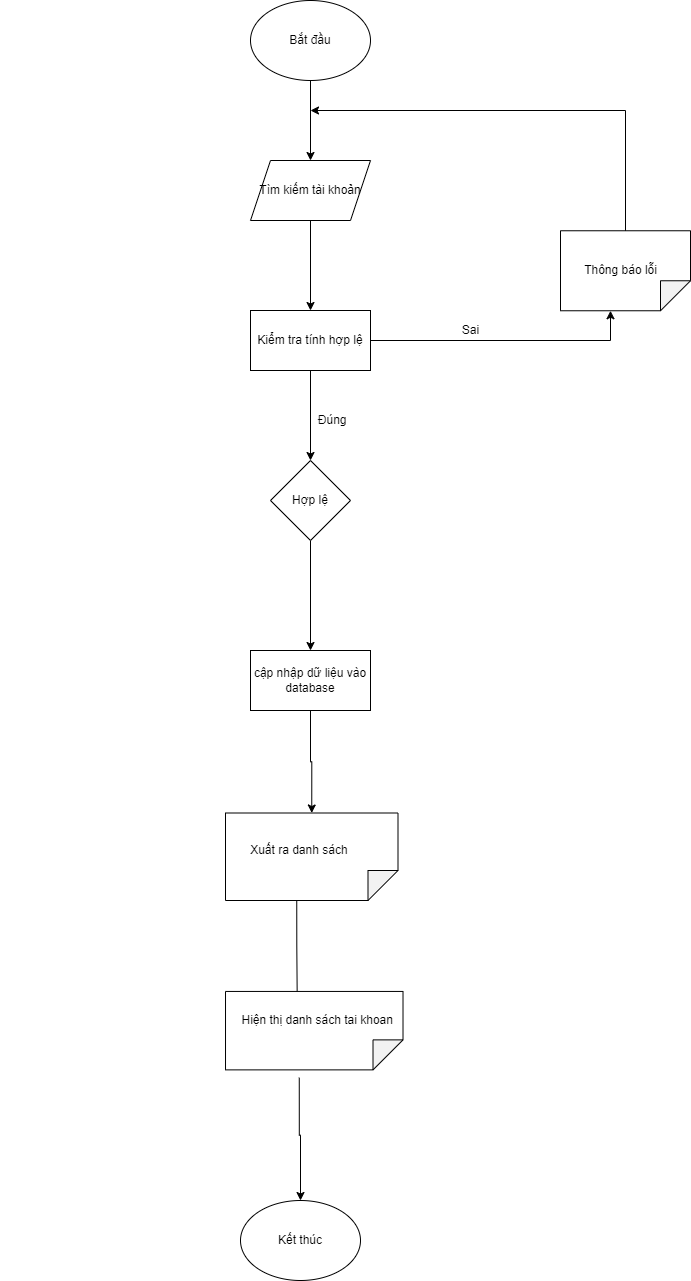
This is Word/PRD/PNG/timkiemtaikhoan.drawio.png from hungtadasuke/CoffeShop_SoftwareTechnology, a draw.io export, as it was before one commit. Source tidied: cells renumbered, new cells last; positions are measured from the earlier drawing's top-left corner, leaving out a move shared by most shapes. Its diagram source:
```xml
<mxGraphModel>
  <root>
    <mxCell id="0" />
    <mxCell id="1" parent="0" />
    <mxCell id="2" style="edgeStyle=orthogonalEdgeStyle;rounded=0;jettySize=auto;html=1;entryX=0.5;entryY=0;entryDx=0;entryDy=0;" parent="1" edge="1" source="3" target="5">
      <mxGeometry relative="1" as="geometry" />
    </mxCell>
    <mxCell id="3" value="Bắt đầu" style="ellipse;whiteSpace=wrap;html=1;" parent="1" vertex="1">
      <mxGeometry x="250" width="120" height="80" as="geometry" />
    </mxCell>
    <mxCell id="4" style="edgeStyle=orthogonalEdgeStyle;rounded=0;jettySize=auto;html=1;" parent="1" edge="1" source="5" target="8">
      <mxGeometry relative="1" as="geometry" />
    </mxCell>
    <mxCell id="5" value="Tìm kiếm tài khoản" style="shape=parallelogram;perimeter=parallelogramPerimeter;whiteSpace=wrap;html=1;fixedSize=1;" parent="1" vertex="1">
      <mxGeometry x="250" y="160" width="120" height="60" as="geometry" />
    </mxCell>
    <mxCell id="6" style="edgeStyle=orthogonalEdgeStyle;rounded=0;jettySize=auto;html=1;entryX=0.5;entryY=0;entryDx=0;entryDy=0;" parent="1" edge="1" source="8" target="10">
      <mxGeometry relative="1" as="geometry" />
    </mxCell>
    <mxCell id="7" style="edgeStyle=orthogonalEdgeStyle;rounded=0;jettySize=auto;html=1;exitX=1;exitY=0.5;exitDx=0;exitDy=0;entryX=0;entryY=0;entryDx=80;entryDy=80;entryPerimeter=0;" parent="1" edge="1" source="8" target="11">
      <mxGeometry relative="1" as="geometry" />
    </mxCell>
    <mxCell id="8" value="Kiểm tra tính hợp lệ" style="rounded=0;whiteSpace=wrap;html=1;" parent="1" vertex="1">
      <mxGeometry x="250" y="310" width="120" height="60" as="geometry" />
    </mxCell>
    <mxCell id="9" style="edgeStyle=orthogonalEdgeStyle;rounded=0;jettySize=auto;html=1;entryX=0.5;entryY=0;entryDx=0;entryDy=0;" parent="1" edge="1" source="10" target="13">
      <mxGeometry relative="1" as="geometry" />
    </mxCell>
    <mxCell id="10" value="Hợp lệ" style="rhombus;whiteSpace=wrap;html=1;" parent="1" vertex="1">
      <mxGeometry x="270" y="460" width="80" height="80" as="geometry" />
    </mxCell>
    <mxCell id="11" style="shape=note;whiteSpace=wrap;html=1;backgroundOutline=1;darkOpacity=0.05;rotation=90;" parent="1" vertex="1">
      <mxGeometry x="585" y="205.3" width="80" height="130" as="geometry" />
    </mxCell>
    <mxCell id="12" style="edgeStyle=orthogonalEdgeStyle;rounded=0;jettySize=auto;html=1;entryX=0;entryY=0.5;entryDx=0;entryDy=0;entryPerimeter=0;" parent="1" edge="1" source="13" target="15">
      <mxGeometry relative="1" as="geometry" />
    </mxCell>
    <mxCell id="13" value="cập nhập dữ liệu vào database" style="rounded=0;whiteSpace=wrap;html=1;" parent="1" vertex="1">
      <mxGeometry x="250" y="650" width="120" height="60" as="geometry" />
    </mxCell>
    <mxCell id="14" style="edgeStyle=orthogonalEdgeStyle;rounded=0;jettySize=auto;html=1;exitX=0;exitY=0;exitDx=87.5;exitDy=101.25;exitPerimeter=0;entryX=0.116;entryY=0.596;entryDx=0;entryDy=0;entryPerimeter=0;" parent="1" edge="1" source="15" target="22">
      <mxGeometry relative="1" as="geometry" />
    </mxCell>
    <mxCell id="15" style="shape=note;whiteSpace=wrap;html=1;backgroundOutline=1;darkOpacity=0.05;rotation=90;" parent="1" vertex="1">
      <mxGeometry x="267.5" y="770" width="87.5" height="172.5" as="geometry" />
    </mxCell>
    <mxCell id="16" value="Kết thúc" style="ellipse;whiteSpace=wrap;html=1;" parent="1" vertex="1">
      <mxGeometry x="240" y="1200" width="120" height="80" as="geometry" />
    </mxCell>
    <mxCell id="17" style="endArrow=classic;html=1;rounded=0;exitX=0;exitY=0.5;exitDx=0;exitDy=0;exitPerimeter=0;" parent="1" edge="1" source="11">
      <mxGeometry relative="1" as="geometry">
        <mxPoint x="310" y="110" as="targetPoint" />
        <Array as="points">
          <mxPoint x="625" y="110" />
        </Array>
      </mxGeometry>
    </mxCell>
    <mxCell id="18" value="Sai" style="text;html=1;align=center;verticalAlign=middle;strokeColor=none;fillColor=none;" parent="1" vertex="1">
      <mxGeometry x="455" y="320" width="30" height="20" as="geometry" />
    </mxCell>
    <mxCell id="19" value="&amp;nbsp; &amp;nbsp; &amp;nbsp; &amp;nbsp; &amp;nbsp; &amp;nbsp; &amp;nbsp; &amp;nbsp; &amp;nbsp; &amp;nbsp;Đúng" style="text;html=1;align=center;verticalAlign=middle;strokeColor=none;fillColor=none;" parent="1" vertex="1">
      <mxGeometry x="245" y="410" width="110" height="20" as="geometry" />
    </mxCell>
    <mxCell id="20" value="&amp;nbsp; &amp;nbsp; &amp;nbsp; &amp;nbsp; &amp;nbsp; &amp;nbsp; &amp;nbsp; &amp;nbsp; &amp;nbsp; &amp;nbsp; &amp;nbsp; &amp;nbsp; &amp;nbsp; &amp;nbsp; &amp;nbsp; &amp;nbsp; &amp;nbsp; &amp;nbsp; &amp;nbsp; &amp;nbsp; &amp;nbsp; &amp;nbsp; &amp;nbsp; &amp;nbsp; &amp;nbsp; &amp;nbsp; &amp;nbsp; &amp;nbsp; &amp;nbsp; &amp;nbsp; &amp;nbsp; &amp;nbsp; &amp;nbsp; &amp;nbsp; &amp;nbsp; &amp;nbsp; &amp;nbsp; &amp;nbsp; &amp;nbsp; &amp;nbsp; &amp;nbsp; &amp;nbsp; &amp;nbsp; &amp;nbsp; &amp;nbsp; &amp;nbsp; &amp;nbsp; &amp;nbsp; Thông báo lỗi" style="text;html=1;align=center;verticalAlign=middle;strokeColor=none;fillColor=none;" parent="1" vertex="1">
      <mxGeometry x="255" y="260" width="410" height="20" as="geometry" />
    </mxCell>
    <mxCell id="21" style="edgeStyle=orthogonalEdgeStyle;rounded=0;jettySize=auto;html=1;exitX=0;exitY=0;exitDx=86.25;exitDy=103.75;exitPerimeter=0;entryX=0.5;entryY=0;entryDx=0;entryDy=0;" parent="1" edge="1" source="22" target="16">
      <mxGeometry relative="1" as="geometry" />
    </mxCell>
    <mxCell id="22" style="shape=note;whiteSpace=wrap;html=1;backgroundOutline=1;darkOpacity=0.05;rotation=90;" parent="1" vertex="1">
      <mxGeometry x="274.5" y="941.4" width="78.4" height="177.5" as="geometry" />
    </mxCell>
    <mxCell id="23" value="&amp;nbsp; &amp;nbsp; &amp;nbsp; &amp;nbsp; &amp;nbsp; &amp;nbsp; &amp;nbsp; &amp;nbsp; &amp;nbsp; &amp;nbsp; &amp;nbsp; &amp;nbsp; &amp;nbsp; &amp;nbsp; &amp;nbsp; &amp;nbsp; &amp;nbsp; &amp;nbsp; &amp;nbsp; &amp;nbsp; &amp;nbsp; &amp;nbsp; &amp;nbsp; &amp;nbsp; &amp;nbsp; &amp;nbsp; &amp;nbsp;Xuất ra danh sách" style="text;html=1;align=center;verticalAlign=middle;strokeColor=none;fillColor=none;" parent="1" vertex="1">
      <mxGeometry x="65" y="840" width="290" height="20" as="geometry" />
    </mxCell>
    <mxCell id="24" value="&amp;nbsp; &amp;nbsp; &amp;nbsp; &amp;nbsp; &amp;nbsp; &amp;nbsp; &amp;nbsp; &amp;nbsp; &amp;nbsp; &amp;nbsp; &amp;nbsp; &amp;nbsp; &amp;nbsp; &amp;nbsp; &amp;nbsp; &amp;nbsp; &amp;nbsp; &amp;nbsp; &amp;nbsp; &amp;nbsp; &amp;nbsp; &amp;nbsp; &amp;nbsp; &amp;nbsp; &amp;nbsp; &amp;nbsp; &amp;nbsp; &amp;nbsp; &amp;nbsp; &amp;nbsp; &amp;nbsp; &amp;nbsp; &amp;nbsp; &amp;nbsp; &amp;nbsp; Hiện thị danh sách tai khoan" style="text;html=1;align=center;verticalAlign=middle;strokeColor=none;fillColor=none;" parent="1" vertex="1">
      <mxGeometry y="1010" width="400" height="20" as="geometry" />
    </mxCell>
  </root>
</mxGraphModel>
```
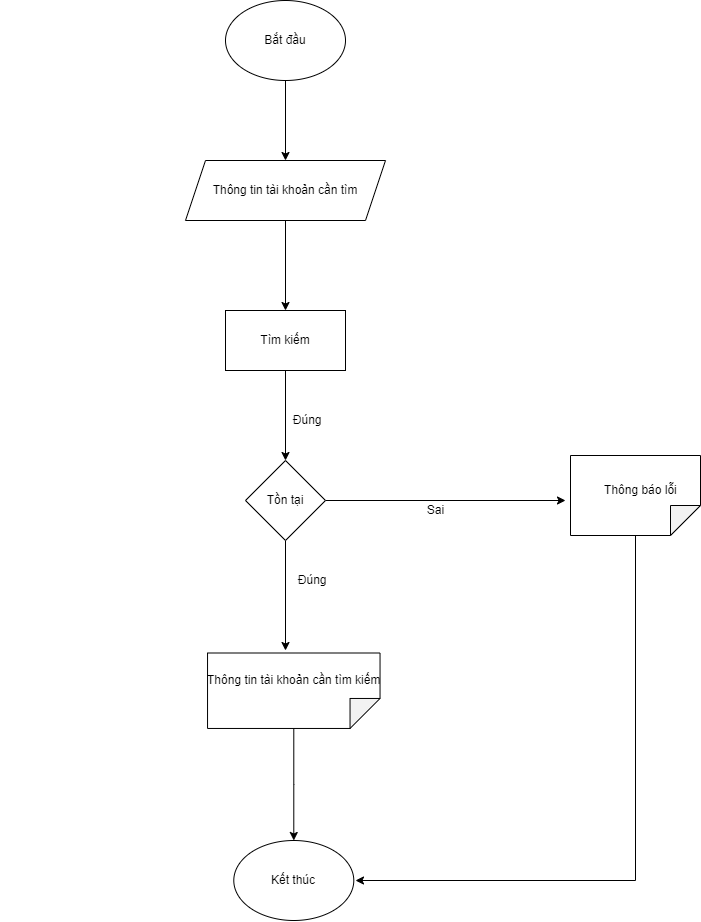
The same file after the commit.

The edit, as a diff of the source:
```diff
@@ -2,79 +2,71 @@
   <root>
     <mxCell id="0" />
     <mxCell id="1" parent="0" />
-    <mxCell id="2" style="edgeStyle=orthogonalEdgeStyle;rounded=0;jettySize=auto;html=1;entryX=0.5;entryY=0;entryDx=0;entryDy=0;" parent="1" edge="1" source="3" target="5">
-      <mxGeometry relative="1" as="geometry" />
-    </mxCell>
+    <mxCell id="25" style="edgeStyle=orthogonalEdgeStyle;rounded=0;jettySize=auto;html=1;entryX=0.5;entryY=0;entryDx=0;entryDy=0;" parent="1" edge="1" source="3" target="27">
+      <mxGeometry relative="1" as="geometry" />
+    </mxCell>
     <mxCell id="3" value="Bắt đầu" style="ellipse;whiteSpace=wrap;html=1;" parent="1" vertex="1">
       <mxGeometry x="250" width="120" height="80" as="geometry" />
     </mxCell>
-    <mxCell id="4" style="edgeStyle=orthogonalEdgeStyle;rounded=0;jettySize=auto;html=1;" parent="1" edge="1" source="5" target="8">
-      <mxGeometry relative="1" as="geometry" />
-    </mxCell>
-    <mxCell id="5" value="Tìm kiếm tài khoản" style="shape=parallelogram;perimeter=parallelogramPerimeter;whiteSpace=wrap;html=1;fixedSize=1;" parent="1" vertex="1">
-      <mxGeometry x="250" y="160" width="120" height="60" as="geometry" />
-    </mxCell>
-    <mxCell id="6" style="edgeStyle=orthogonalEdgeStyle;rounded=0;jettySize=auto;html=1;entryX=0.5;entryY=0;entryDx=0;entryDy=0;" parent="1" edge="1" source="8" target="10">
-      <mxGeometry relative="1" as="geometry" />
-    </mxCell>
-    <mxCell id="7" style="edgeStyle=orthogonalEdgeStyle;rounded=0;jettySize=auto;html=1;exitX=1;exitY=0.5;exitDx=0;exitDy=0;entryX=0;entryY=0;entryDx=80;entryDy=80;entryPerimeter=0;" parent="1" edge="1" source="8" target="11">
-      <mxGeometry relative="1" as="geometry" />
-    </mxCell>
-    <mxCell id="8" value="Kiểm tra tính hợp lệ" style="rounded=0;whiteSpace=wrap;html=1;" parent="1" vertex="1">
-      <mxGeometry x="250" y="310" width="120" height="60" as="geometry" />
-    </mxCell>
-    <mxCell id="9" style="edgeStyle=orthogonalEdgeStyle;rounded=0;jettySize=auto;html=1;entryX=0.5;entryY=0;entryDx=0;entryDy=0;" parent="1" edge="1" source="10" target="13">
-      <mxGeometry relative="1" as="geometry" />
-    </mxCell>
-    <mxCell id="10" value="Hợp lệ" style="rhombus;whiteSpace=wrap;html=1;" parent="1" vertex="1">
-      <mxGeometry x="270" y="460" width="80" height="80" as="geometry" />
-    </mxCell>
-    <mxCell id="11" style="shape=note;whiteSpace=wrap;html=1;backgroundOutline=1;darkOpacity=0.05;rotation=90;" parent="1" vertex="1">
-      <mxGeometry x="585" y="205.3" width="80" height="130" as="geometry" />
-    </mxCell>
-    <mxCell id="12" style="edgeStyle=orthogonalEdgeStyle;rounded=0;jettySize=auto;html=1;entryX=0;entryY=0.5;entryDx=0;entryDy=0;entryPerimeter=0;" parent="1" edge="1" source="13" target="15">
-      <mxGeometry relative="1" as="geometry" />
-    </mxCell>
-    <mxCell id="13" value="cập nhập dữ liệu vào database" style="rounded=0;whiteSpace=wrap;html=1;" parent="1" vertex="1">
-      <mxGeometry x="250" y="650" width="120" height="60" as="geometry" />
-    </mxCell>
-    <mxCell id="14" style="edgeStyle=orthogonalEdgeStyle;rounded=0;jettySize=auto;html=1;exitX=0;exitY=0;exitDx=87.5;exitDy=101.25;exitPerimeter=0;entryX=0.116;entryY=0.596;entryDx=0;entryDy=0;entryPerimeter=0;" parent="1" edge="1" source="15" target="22">
-      <mxGeometry relative="1" as="geometry" />
-    </mxCell>
-    <mxCell id="15" style="shape=note;whiteSpace=wrap;html=1;backgroundOutline=1;darkOpacity=0.05;rotation=90;" parent="1" vertex="1">
-      <mxGeometry x="267.5" y="770" width="87.5" height="172.5" as="geometry" />
-    </mxCell>
+    <mxCell id="26" style="edgeStyle=orthogonalEdgeStyle;rounded=0;jettySize=auto;html=1;" parent="1" edge="1" source="27" target="29">
+      <mxGeometry relative="1" as="geometry" />
+    </mxCell>
+    <mxCell id="27" value="Thông tin tài khoản cần tìm" style="shape=parallelogram;perimeter=parallelogramPerimeter;whiteSpace=wrap;html=1;fixedSize=1;" parent="1" vertex="1">
+      <mxGeometry x="210" y="160" width="200" height="60" as="geometry" />
+    </mxCell>
+    <mxCell id="28" style="edgeStyle=orthogonalEdgeStyle;rounded=0;jettySize=auto;html=1;entryX=0.5;entryY=0;entryDx=0;entryDy=0;" parent="1" edge="1" source="29" target="32">
+      <mxGeometry relative="1" as="geometry" />
+    </mxCell>
+    <mxCell id="29" value="Tìm kiếm" style="rounded=0;whiteSpace=wrap;html=1;" parent="1" vertex="1">
+      <mxGeometry x="250" y="310" width="120" height="60" as="geometry" />
+    </mxCell>
+    <mxCell id="30" style="edgeStyle=orthogonalEdgeStyle;rounded=0;jettySize=auto;html=1;entryX=0.5;entryY=0;entryDx=0;entryDy=0;" parent="1" edge="1" source="32">
+      <mxGeometry relative="1" as="geometry">
+        <mxPoint x="310" y="650" as="targetPoint" />
+      </mxGeometry>
+    </mxCell>
+    <mxCell id="31" style="edgeStyle=orthogonalEdgeStyle;rounded=0;jettySize=auto;html=1;" parent="1" edge="1" source="32">
+      <mxGeometry relative="1" as="geometry">
+        <mxPoint x="590" y="500" as="targetPoint" />
+      </mxGeometry>
+    </mxCell>
+    <mxCell id="32" value="Tồn tại" style="rhombus;whiteSpace=wrap;html=1;" parent="1" vertex="1">
+      <mxGeometry x="270" y="460" width="80" height="80" as="geometry" />
+    </mxCell>
+    <mxCell id="33" style="edgeStyle=orthogonalEdgeStyle;rounded=0;jettySize=auto;html=1;" parent="1" edge="1" source="34">
+      <mxGeometry relative="1" as="geometry">
+        <mxPoint x="380" y="880" as="targetPoint" />
+        <Array as="points">
+          <mxPoint x="660" y="880" />
+        </Array>
+      </mxGeometry>
+    </mxCell>
+    <mxCell id="34" style="shape=note;whiteSpace=wrap;html=1;backgroundOutline=1;darkOpacity=0.05;rotation=90;" parent="1" vertex="1">
+      <mxGeometry x="620" y="430" width="80" height="130" as="geometry" />
+    </mxCell>
+    <mxCell id="35" style="edgeStyle=orthogonalEdgeStyle;rounded=0;jettySize=auto;html=1;entryX=0.5;entryY=0;entryDx=0;entryDy=0;" parent="1" edge="1" source="36" target="16">
+      <mxGeometry relative="1" as="geometry" />
+    </mxCell>
+    <mxCell id="36" style="shape=note;whiteSpace=wrap;html=1;backgroundOutline=1;darkOpacity=0.05;rotation=90;" parent="1" vertex="1">
+      <mxGeometry x="280.6" y="604" width="75.5" height="172.5" as="geometry" />
+    </mxCell>
     <mxCell id="16" value="Kết thúc" style="ellipse;whiteSpace=wrap;html=1;" parent="1" vertex="1">
-      <mxGeometry x="240" y="1200" width="120" height="80" as="geometry" />
+      <mxGeometry x="258.3" y="840" width="120" height="80" as="geometry" />
     </mxCell>
-    <mxCell id="17" style="endArrow=classic;html=1;rounded=0;exitX=0;exitY=0.5;exitDx=0;exitDy=0;exitPerimeter=0;" parent="1" edge="1" source="11">
-      <mxGeometry relative="1" as="geometry">
-        <mxPoint x="310" y="110" as="targetPoint" />
-        <Array as="points">
-          <mxPoint x="625" y="110" />
-        </Array>
-      </mxGeometry>
-    </mxCell>
-    <mxCell id="18" value="Sai" style="text;html=1;align=center;verticalAlign=middle;strokeColor=none;fillColor=none;" parent="1" vertex="1">
-      <mxGeometry x="455" y="320" width="30" height="20" as="geometry" />
-    </mxCell>
     <mxCell id="19" value="&amp;nbsp; &amp;nbsp; &amp;nbsp; &amp;nbsp; &amp;nbsp; &amp;nbsp; &amp;nbsp; &amp;nbsp; &amp;nbsp; &amp;nbsp;Đúng" style="text;html=1;align=center;verticalAlign=middle;strokeColor=none;fillColor=none;" parent="1" vertex="1">
       <mxGeometry x="245" y="410" width="110" height="20" as="geometry" />
     </mxCell>
-    <mxCell id="20" value="&amp;nbsp; &amp;nbsp; &amp;nbsp; &amp;nbsp; &amp;nbsp; &amp;nbsp; &amp;nbsp; &amp;nbsp; &amp;nbsp; &amp;nbsp; &amp;nbsp; &amp;nbsp; &amp;nbsp; &amp;nbsp; &amp;nbsp; &amp;nbsp; &amp;nbsp; &amp;nbsp; &amp;nbsp; &amp;nbsp; &amp;nbsp; &amp;nbsp; &amp;nbsp; &amp;nbsp; &amp;nbsp; &amp;nbsp; &amp;nbsp; &amp;nbsp; &amp;nbsp; &amp;nbsp; &amp;nbsp; &amp;nbsp; &amp;nbsp; &amp;nbsp; &amp;nbsp; &amp;nbsp; &amp;nbsp; &amp;nbsp; &amp;nbsp; &amp;nbsp; &amp;nbsp; &amp;nbsp; &amp;nbsp; &amp;nbsp; &amp;nbsp; &amp;nbsp; &amp;nbsp; &amp;nbsp; Thông báo lỗi" style="text;html=1;align=center;verticalAlign=middle;strokeColor=none;fillColor=none;" parent="1" vertex="1">
-      <mxGeometry x="255" y="260" width="410" height="20" as="geometry" />
+    <mxCell id="20" value="&amp;nbsp; &amp;nbsp; &amp;nbsp; &amp;nbsp; &amp;nbsp; &amp;nbsp; &amp;nbsp; &amp;nbsp; &amp;nbsp; &amp;nbsp; &amp;nbsp; &amp;nbsp; &amp;nbsp; &amp;nbsp; &amp;nbsp; &amp;nbsp; &amp;nbsp; &amp;nbsp; &amp;nbsp; &amp;nbsp; &amp;nbsp; &amp;nbsp; &amp;nbsp; &amp;nbsp; &amp;nbsp; &amp;nbsp; &amp;nbsp; &amp;nbsp; &amp;nbsp; &amp;nbsp; &amp;nbsp; &amp;nbsp;Thông báo lỗi" style="text;html=1;align=center;verticalAlign=middle;strokeColor=none;fillColor=none;" parent="1" vertex="1">
+      <mxGeometry x="410" y="480" width="300" height="20" as="geometry" />
     </mxCell>
-    <mxCell id="21" style="edgeStyle=orthogonalEdgeStyle;rounded=0;jettySize=auto;html=1;exitX=0;exitY=0;exitDx=86.25;exitDy=103.75;exitPerimeter=0;entryX=0.5;entryY=0;entryDx=0;entryDy=0;" parent="1" edge="1" source="22" target="16">
-      <mxGeometry relative="1" as="geometry" />
-    </mxCell>
-    <mxCell id="22" style="shape=note;whiteSpace=wrap;html=1;backgroundOutline=1;darkOpacity=0.05;rotation=90;" parent="1" vertex="1">
-      <mxGeometry x="274.5" y="941.4" width="78.4" height="177.5" as="geometry" />
-    </mxCell>
-    <mxCell id="23" value="&amp;nbsp; &amp;nbsp; &amp;nbsp; &amp;nbsp; &amp;nbsp; &amp;nbsp; &amp;nbsp; &amp;nbsp; &amp;nbsp; &amp;nbsp; &amp;nbsp; &amp;nbsp; &amp;nbsp; &amp;nbsp; &amp;nbsp; &amp;nbsp; &amp;nbsp; &amp;nbsp; &amp;nbsp; &amp;nbsp; &amp;nbsp; &amp;nbsp; &amp;nbsp; &amp;nbsp; &amp;nbsp; &amp;nbsp; &amp;nbsp;Xuất ra danh sách" style="text;html=1;align=center;verticalAlign=middle;strokeColor=none;fillColor=none;" parent="1" vertex="1">
-      <mxGeometry x="65" y="840" width="290" height="20" as="geometry" />
-    </mxCell>
-    <mxCell id="24" value="&amp;nbsp; &amp;nbsp; &amp;nbsp; &amp;nbsp; &amp;nbsp; &amp;nbsp; &amp;nbsp; &amp;nbsp; &amp;nbsp; &amp;nbsp; &amp;nbsp; &amp;nbsp; &amp;nbsp; &amp;nbsp; &amp;nbsp; &amp;nbsp; &amp;nbsp; &amp;nbsp; &amp;nbsp; &amp;nbsp; &amp;nbsp; &amp;nbsp; &amp;nbsp; &amp;nbsp; &amp;nbsp; &amp;nbsp; &amp;nbsp; &amp;nbsp; &amp;nbsp; &amp;nbsp; &amp;nbsp; &amp;nbsp; &amp;nbsp; &amp;nbsp; &amp;nbsp; Hiện thị danh sách tai khoan" style="text;html=1;align=center;verticalAlign=middle;strokeColor=none;fillColor=none;" parent="1" vertex="1">
-      <mxGeometry y="1010" width="400" height="20" as="geometry" />
-    </mxCell>
+    <mxCell id="18" value="Sai" style="text;html=1;align=center;verticalAlign=middle;strokeColor=none;fillColor=none;" parent="1" vertex="1">
+      <mxGeometry x="445" y="500" width="30" height="20" as="geometry" />
+    </mxCell>
+    <mxCell id="37" value="&amp;nbsp; &amp;nbsp; &amp;nbsp; &amp;nbsp; &amp;nbsp; Đúng" style="text;html=1;align=center;verticalAlign=middle;strokeColor=none;fillColor=none;" parent="1" vertex="1">
+      <mxGeometry x="280" y="570" width="80" height="20" as="geometry" />
+    </mxCell>
+    <mxCell id="38" value="&amp;nbsp; &amp;nbsp; &amp;nbsp; &amp;nbsp; &amp;nbsp; &amp;nbsp; &amp;nbsp; &amp;nbsp; &amp;nbsp; &amp;nbsp; &amp;nbsp; &amp;nbsp; &amp;nbsp; &amp;nbsp; &amp;nbsp; &amp;nbsp; &amp;nbsp; &amp;nbsp; &amp;nbsp; &amp;nbsp; &amp;nbsp; &amp;nbsp; &amp;nbsp; &amp;nbsp; &amp;nbsp; &amp;nbsp; &amp;nbsp; &amp;nbsp; &amp;nbsp; &amp;nbsp;Thông tin tài khoản cần tìm kiếm" style="text;html=1;align=center;verticalAlign=middle;strokeColor=none;fillColor=none;" parent="1" vertex="1">
+      <mxGeometry x="25" y="670" width="390" height="20" as="geometry" />
+    </mxCell>
   </root>
 </mxGraphModel>
```
